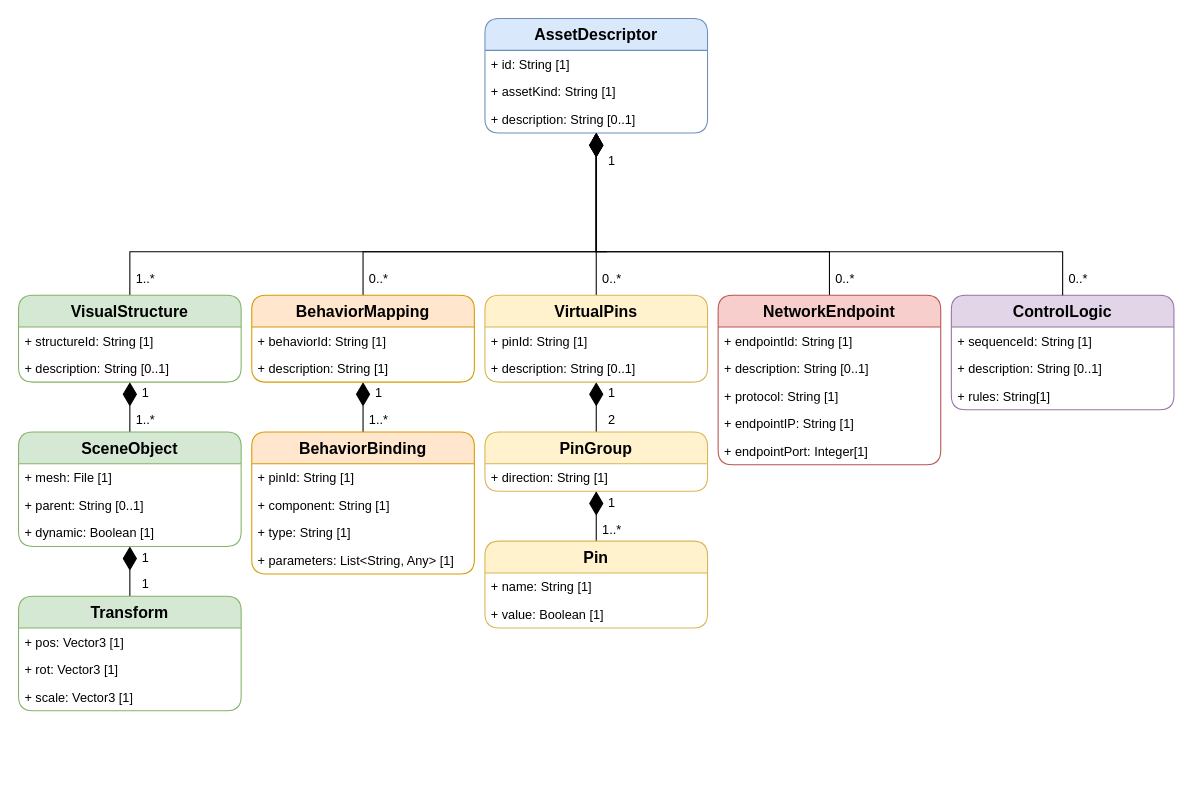
Earlier version of the draw.io diagram Documentos/drawio/Modelo de Dados.drawio (TSGouveia/Tese). Source tidied: cells renumbered, new cells numbered last; positions are measured from the earlier drawing's top-left corner, leaving out a move shared by most shapes. Both pictures are drawn from the tidied source at 106%, with x=0, y=0 at pixel (18, 18).
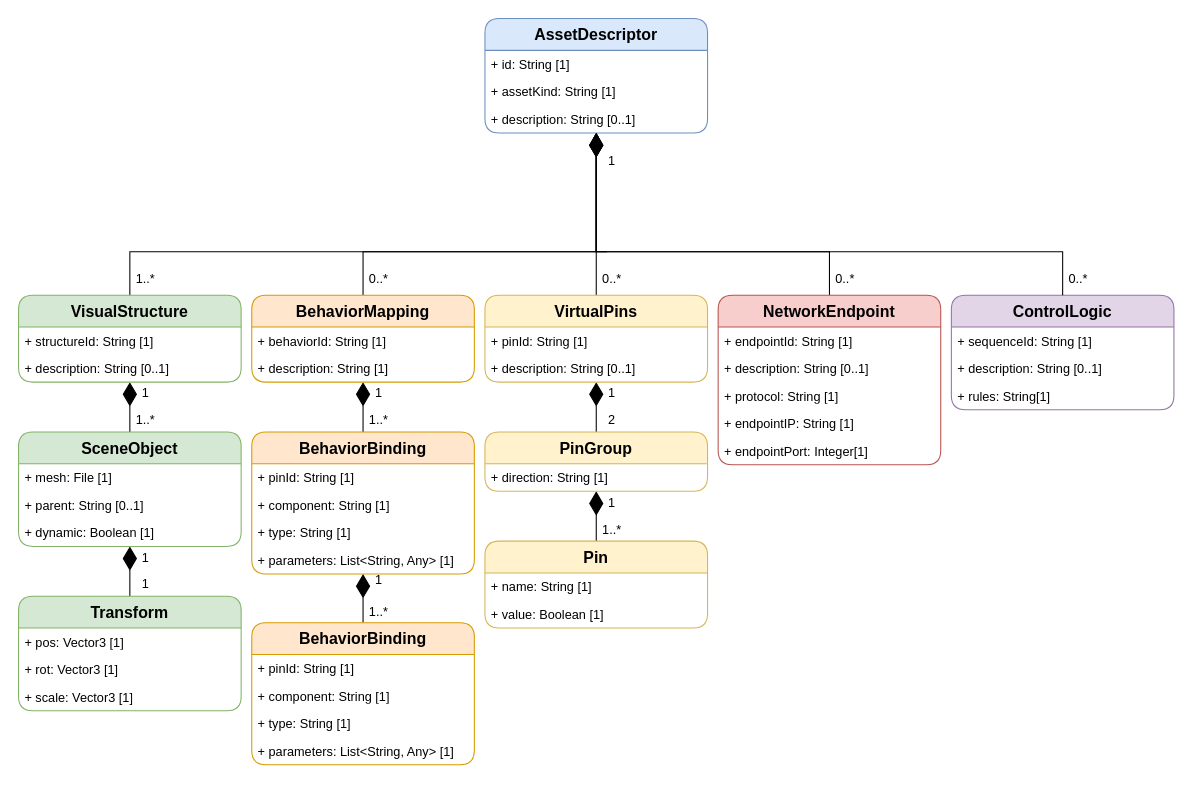
After the change.

The change refers to these unchanged cells:
```xml
<mxCell id="45" value="BehaviorBinding" style="swimlane;fontStyle=1;horizontal=1;startSize=30;fillColor=#ffe6cc;whiteSpace=wrap;html=1;rounded=1;strokeColor=#d79b00;fontSize=15;" parent="1" vertex="1">
  <mxGeometry x="220" y="390" width="210" height="134" as="geometry" />
</mxCell>
```

The edit, as a diff of the source:
```diff
@@
+    <mxCell id="69" style="edgeStyle=orthogonalEdgeStyle;rounded=0;jettySize=auto;html=1;entryX=0.5;entryY=0;entryDx=0;entryDy=0;endArrow=none;endFill=0;strokeColor=default;align=center;verticalAlign=middle;fontFamily=Helvetica;fontSize=12;fontColor=default;labelBackgroundColor=default;endSize=20;startArrow=diamondThin;startFill=1;startSize=20;" parent="1" edge="1" source="45" target="70">
+      <mxGeometry relative="1" as="geometry" />
+    </mxCell>
@@
+    <mxCell id="70" value="BehaviorBinding" style="swimlane;fontStyle=1;horizontal=1;startSize=30;fillColor=#ffe6cc;whiteSpace=wrap;html=1;rounded=1;strokeColor=#d79b00;fontSize=15;" parent="1" vertex="1">
+      <mxGeometry x="220" y="570" width="210" height="134" as="geometry" />
+    </mxCell>
+    <mxCell id="71" value="+ pinId: String [1]" style="text;strokeColor=none;fillColor=none;align=left;verticalAlign=top;spacingLeft=4;spacingRight=4;overflow=hidden;whiteSpace=wrap;html=1;fontSize=12;" parent="70" vertex="1">
+      <mxGeometry y="30" width="210" height="26" as="geometry" />
+    </mxCell>
+    <mxCell id="72" value="+ component: String [1]" style="text;strokeColor=none;fillColor=none;align=left;verticalAlign=top;spacingLeft=4;spacingRight=4;overflow=hidden;whiteSpace=wrap;html=1;fontSize=12;" parent="70" vertex="1">
+      <mxGeometry y="56" width="210" height="26" as="geometry" />
+    </mxCell>
+    <mxCell id="73" value="+ type: String [1]" style="text;strokeColor=none;fillColor=none;align=left;verticalAlign=top;spacingLeft=4;spacingRight=4;overflow=hidden;whiteSpace=wrap;html=1;fontSize=12;" parent="70" vertex="1">
+      <mxGeometry y="82" width="210" height="26" as="geometry" />
+    </mxCell>
+    <mxCell id="74" value="+ parameters: List&amp;lt;String, Any&amp;gt; [1]" style="text;strokeColor=none;fillColor=none;align=left;verticalAlign=top;spacingLeft=4;spacingRight=4;overflow=hidden;whiteSpace=wrap;html=1;fontSize=12;" parent="70" vertex="1">
+      <mxGeometry y="108" width="210" height="26" as="geometry" />
+    </mxCell>
+    <mxCell id="75" value="1..*" style="text;html=1;whiteSpace=wrap;strokeColor=none;fillColor=none;align=center;verticalAlign=middle;rounded=0;fontSize=12;" parent="1" vertex="1">
+      <mxGeometry x="310" y="545" width="60" height="30" as="geometry" />
+    </mxCell>
+    <mxCell id="76" value="1" style="text;html=1;whiteSpace=wrap;strokeColor=none;fillColor=none;align=center;verticalAlign=middle;rounded=0;fontSize=12;" parent="1" vertex="1">
+      <mxGeometry x="310" y="515" width="60" height="30" as="geometry" />
+    </mxCell>
```
